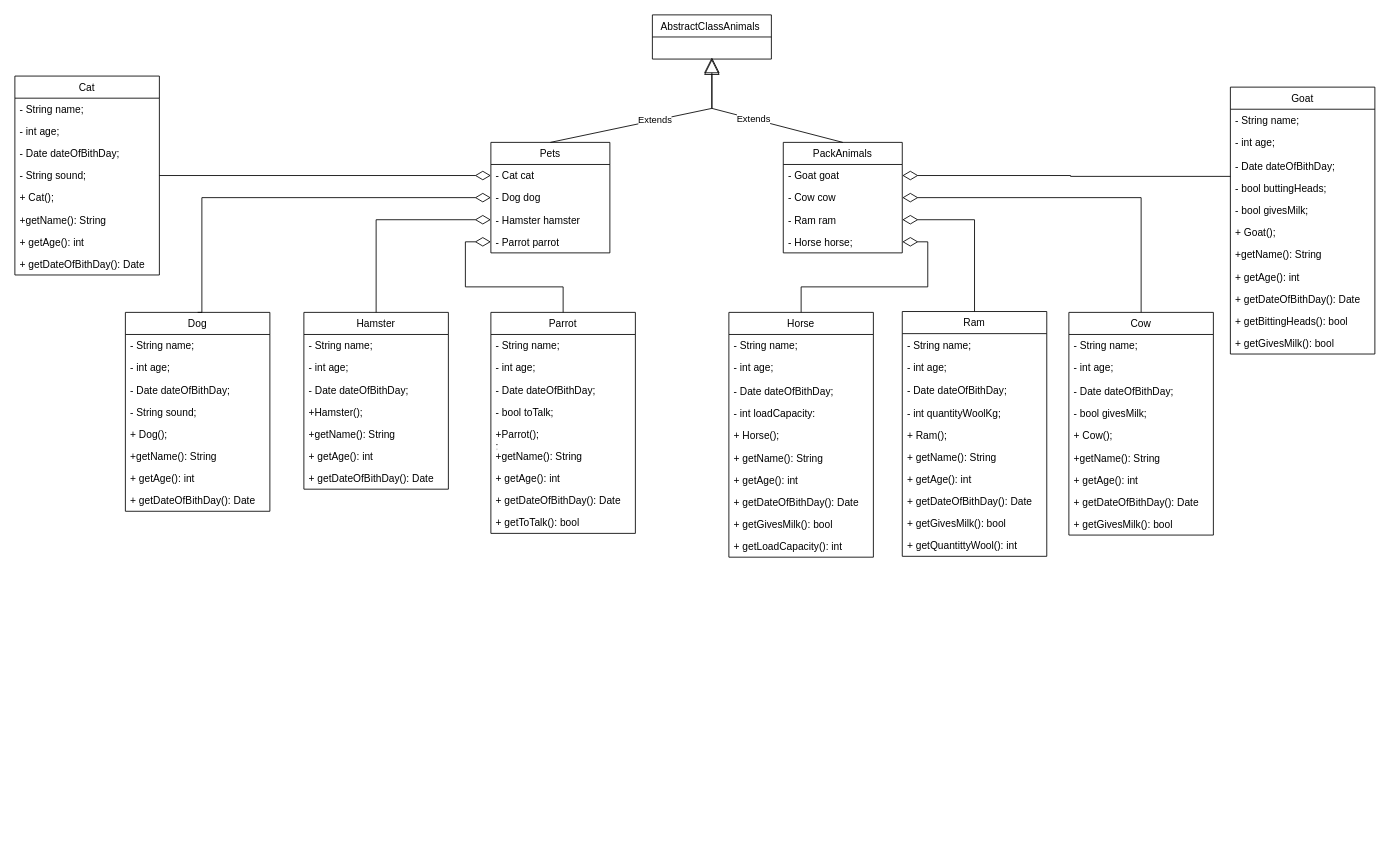
Above: diagram/HumanFriends.drawio in KuroTamashiAF/FinalCertification1Year (draw.io), before the change. Source tidied: cells renumbered, new cells numbered last; positions are measured from the earlier drawing's top-left corner, leaving out a move shared by most shapes. Both pictures are drawn from the tidied source at 85%, with x=0, y=0 at pixel (14, 14).
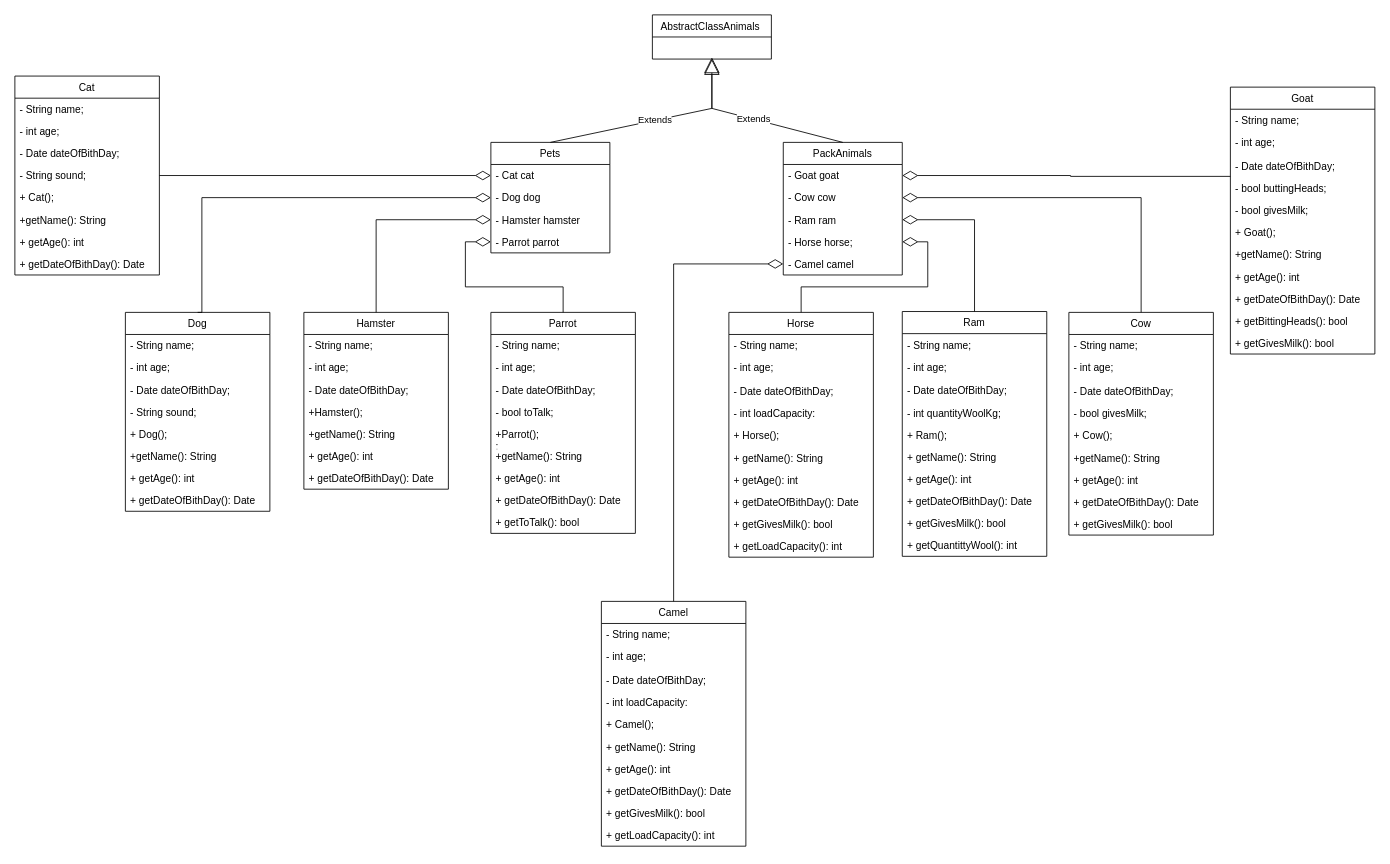
After the change.

Commit message (it also covers changes not shown here):
add camel in diagramm

What changed in the source:
```diff
@@
     <mxCell id="8" value="PackAnimals" style="swimlane;fontStyle=0;horizontal=1;startSize=26;fillColor=none;" parent="1" vertex="1">
-      <mxGeometry x="904" y="150" width="140" height="130" as="geometry" />
+      <mxGeometry x="904" y="150" width="140" height="156" as="geometry" />
     </mxCell>
@@
+    <mxCell id="103" value="- Camel camel" style="text;strokeColor=none;fillColor=none;align=left;verticalAlign=top;spacingLeft=4;spacingRight=4;overflow=hidden;points=[[0,0.5],[1,0.5]];portConstraint=eastwest;" parent="8" vertex="1">
+      <mxGeometry y="130" width="140" height="26" as="geometry" />
+    </mxCell>
@@
+    <mxCell id="104" style="edgeStyle=orthogonalEdgeStyle;rounded=0;jettySize=auto;html=1;entryX=0;entryY=0.5;entryDx=0;entryDy=0;endArrow=diamondThin;endFill=0;endSize=16;" parent="1" edge="1" source="105" target="103">
+      <mxGeometry relative="1" as="geometry" />
+    </mxCell>
+    <mxCell id="105" value="Camel" style="swimlane;fontStyle=0;horizontal=1;startSize=26;fillColor=none;" parent="1" vertex="1">
+      <mxGeometry x="690" y="690" width="170" height="288" as="geometry" />
+    </mxCell>
+    <mxCell id="106" value="- String name;" style="text;strokeColor=none;fillColor=none;align=left;verticalAlign=top;spacingLeft=4;spacingRight=4;overflow=hidden;" parent="105" vertex="1">
+      <mxGeometry y="26" width="170" height="26" as="geometry" />
+    </mxCell>
+    <mxCell id="107" value="- int age;" style="text;strokeColor=none;fillColor=none;align=left;verticalAlign=top;spacingLeft=4;spacingRight=4;overflow=hidden;" parent="105" vertex="1">
+      <mxGeometry y="52" width="170" height="28" as="geometry" />
+    </mxCell>
+    <mxCell id="108" value="- Date dateOfBithDay;" style="text;strokeColor=none;fillColor=none;align=left;verticalAlign=top;spacingLeft=4;spacingRight=4;overflow=hidden;" parent="105" vertex="1">
+      <mxGeometry y="80" width="170" height="26" as="geometry" />
+    </mxCell>
+    <mxCell id="109" value="- int loadCapacity:" style="text;strokeColor=none;fillColor=none;align=left;verticalAlign=top;spacingLeft=4;spacingRight=4;overflow=hidden;" parent="105" vertex="1">
+      <mxGeometry y="106" width="170" height="26" as="geometry" />
+    </mxCell>
+    <mxCell id="110" value="+ Camel();" style="text;strokeColor=none;fillColor=none;align=left;verticalAlign=top;spacingLeft=4;spacingRight=4;overflow=hidden;" parent="105" vertex="1">
+      <mxGeometry y="132" width="170" height="26" as="geometry" />
+    </mxCell>
+    <mxCell id="111" value="+ getName(): String " style="text;strokeColor=none;fillColor=none;align=left;verticalAlign=top;spacingLeft=4;spacingRight=4;overflow=hidden;" parent="105" vertex="1">
+      <mxGeometry y="158" width="170" height="26" as="geometry" />
+    </mxCell>
+    <mxCell id="112" value="+ getAge(): int" style="text;strokeColor=none;fillColor=none;align=left;verticalAlign=top;spacingLeft=4;spacingRight=4;overflow=hidden;" parent="105" vertex="1">
+      <mxGeometry y="184" width="170" height="26" as="geometry" />
+    </mxCell>
+    <mxCell id="113" value="+ getDateOfBithDay(): Date" style="text;strokeColor=none;fillColor=none;align=left;verticalAlign=top;spacingLeft=4;spacingRight=4;overflow=hidden;" parent="105" vertex="1">
+      <mxGeometry y="210" width="170" height="26" as="geometry" />
+    </mxCell>
+    <mxCell id="114" value="+ getGivesMilk(): bool" style="text;strokeColor=none;fillColor=none;align=left;verticalAlign=top;spacingLeft=4;spacingRight=4;overflow=hidden;" parent="105" vertex="1">
+      <mxGeometry y="236" width="170" height="26" as="geometry" />
+    </mxCell>
+    <mxCell id="115" value="+ getLoadCapacity(): int " style="text;strokeColor=none;fillColor=none;align=left;verticalAlign=top;spacingLeft=4;spacingRight=4;overflow=hidden;" parent="105" vertex="1">
+      <mxGeometry y="262" width="170" height="26" as="geometry" />
+    </mxCell>
```
